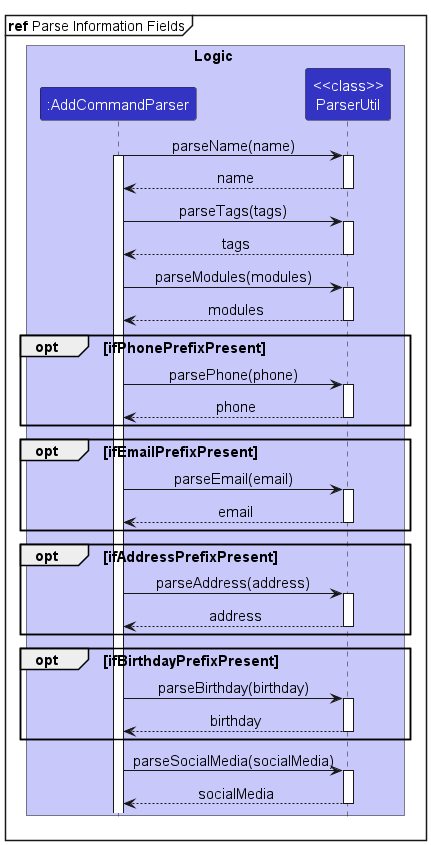
This is docs/images/AddCommandParseInformationFieldsDiagram.png from nus-cs2103-AY2223S2/tp, a PlantUML export, as it was before one commit. Source of this version:
```plantuml
@startuml
!include style.puml
mainframe **ref** Parse Information Fields

skinparam defaultFontSize 15
skinparam titleFontSize 15

box Logic LOGIC_COLOR_T1
participant ":AddCommandParser" as AddCommandParser LOGIC_COLOR
participant "<<class>>\nParserUtil" as ParserUtil LOGIC_COLOR
end box

AddCommandParser->ParserUtil:parseName(name)
activate AddCommandParser
activate ParserUtil
return name
AddCommandParser->ParserUtil:parseTags(tags)
activate ParserUtil
return tags
AddCommandParser->ParserUtil:parseModules(modules)
activate ParserUtil
return modules
opt ifPhonePrefixPresent
    AddCommandParser->ParserUtil:parsePhone(phone)
    activate ParserUtil
    return phone
end
opt ifEmailPrefixPresent
    AddCommandParser->ParserUtil:parseEmail(email)
    activate ParserUtil
    return email
end
opt ifAddressPrefixPresent
    AddCommandParser->ParserUtil:parseAddress(address)
    activate ParserUtil
    return address
end
opt ifBirthdayPrefixPresent
    AddCommandParser->ParserUtil:parseBirthday(birthday)
    activate ParserUtil
    return birthday
end
AddCommandParser->ParserUtil:parseSocialMedia(socialMedia)
activate ParserUtil
return socialMedia

@enduml
```
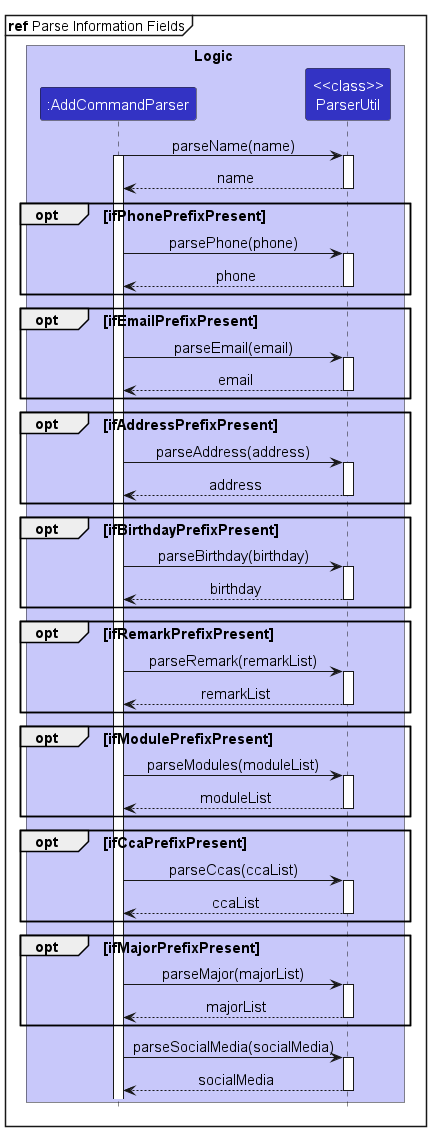
After the change.

Commit message:
finished section 3 and add command implementation

Diff of the diagram source:
```diff
@@ -14,12 +14,6 @@
 activate AddCommandParser
 activate ParserUtil
 return name
-AddCommandParser->ParserUtil:parseTags(tags)
-activate ParserUtil
-return tags
-AddCommandParser->ParserUtil:parseModules(modules)
-activate ParserUtil
-return modules
 opt ifPhonePrefixPresent
     AddCommandParser->ParserUtil:parsePhone(phone)
     activate ParserUtil
@@ -40,6 +34,26 @@
     activate ParserUtil
     return birthday
 end
+opt ifRemarkPrefixPresent
+    AddCommandParser->ParserUtil:parseRemark(remarkList)
+    activate ParserUtil
+    return remarkList
+end
+opt ifModulePrefixPresent
+    AddCommandParser->ParserUtil:parseModules(moduleList)
+    activate ParserUtil
+    return moduleList
+end
+opt ifCcaPrefixPresent
+    AddCommandParser->ParserUtil:parseCcas(ccaList)
+    activate ParserUtil
+    return ccaList
+end
+opt ifMajorPrefixPresent
+    AddCommandParser->ParserUtil:parseMajor(majorList)
+    activate ParserUtil
+    return majorList
+end
 AddCommandParser->ParserUtil:parseSocialMedia(socialMedia)
 activate ParserUtil
 return socialMedia
```
